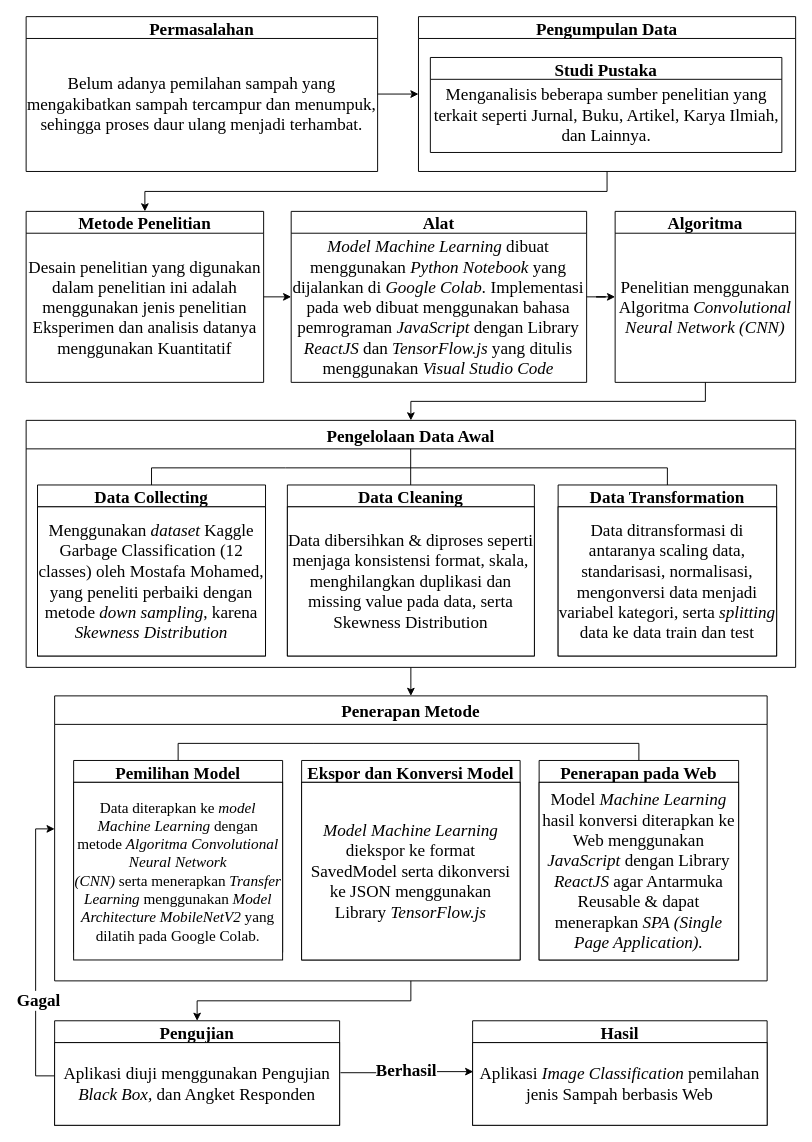
This is mindmap setelah sempro.drawio from virgiawankusuma/drawio-archive-skripsi, a draw.io file, before an edit. Source tidied: cells renumbered, new cells numbered last; positions are measured from the earlier drawing's top-left corner, leaving out a move shared by most shapes. Both pictures are drawn from the tidied source at 95%, with x=0, y=0 at pixel (26, 16).
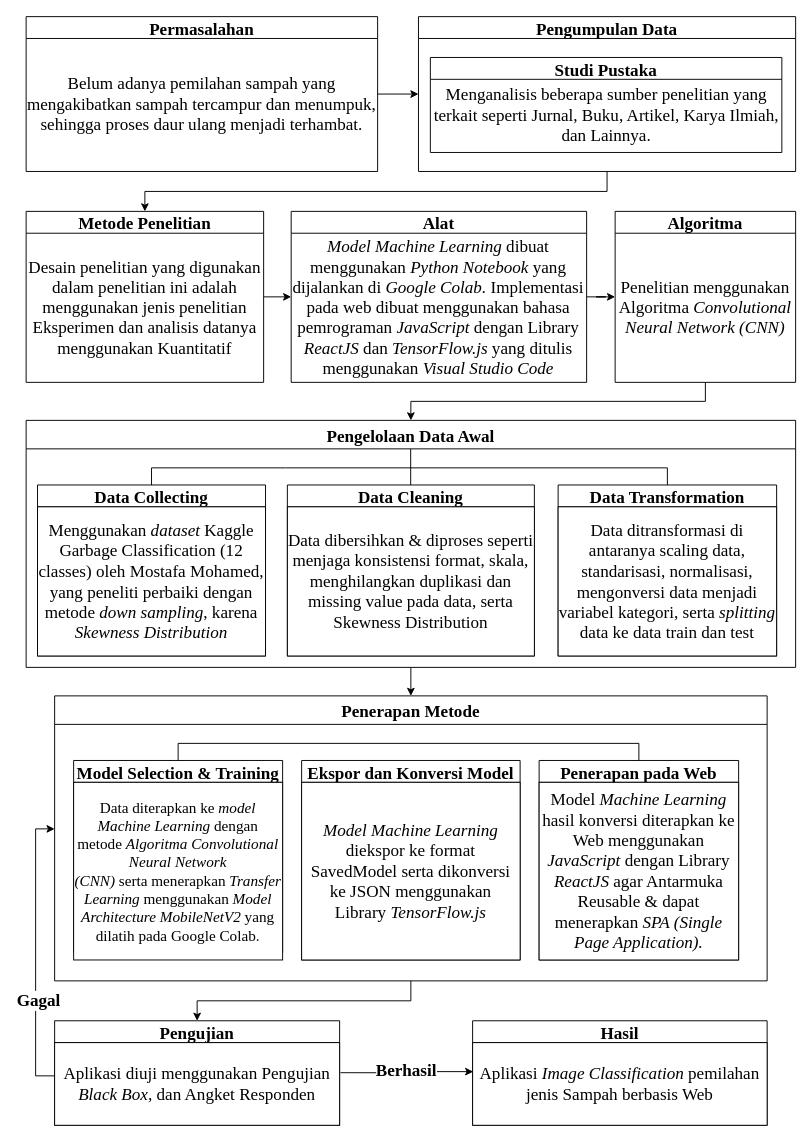
The same page after the edit.

The change refers to these unchanged cells:
```xml
<mxCell id="20" value="Penerapan Metode" style="swimlane;fontFamily=Times New Roman;fontSize=18;startSize=30;" parent="1" vertex="1">
  <mxGeometry x="30" y="715" width="750" height="300" as="geometry" />
</mxCell>
```

Change to the diagram source:
```diff
@@
-    <mxCell id="21" value="Pemilihan Model" style="swimlane;fontFamily=Times New Roman;fontSize=18;" parent="20" vertex="1">
+    <mxCell id="21" value="Model Selection &amp; Training" style="swimlane;fontFamily=Times New Roman;fontSize=18;" parent="20" vertex="1">
       <mxGeometry x="20" y="68" width="220" height="202" as="geometry" />
     </mxCell>
```
